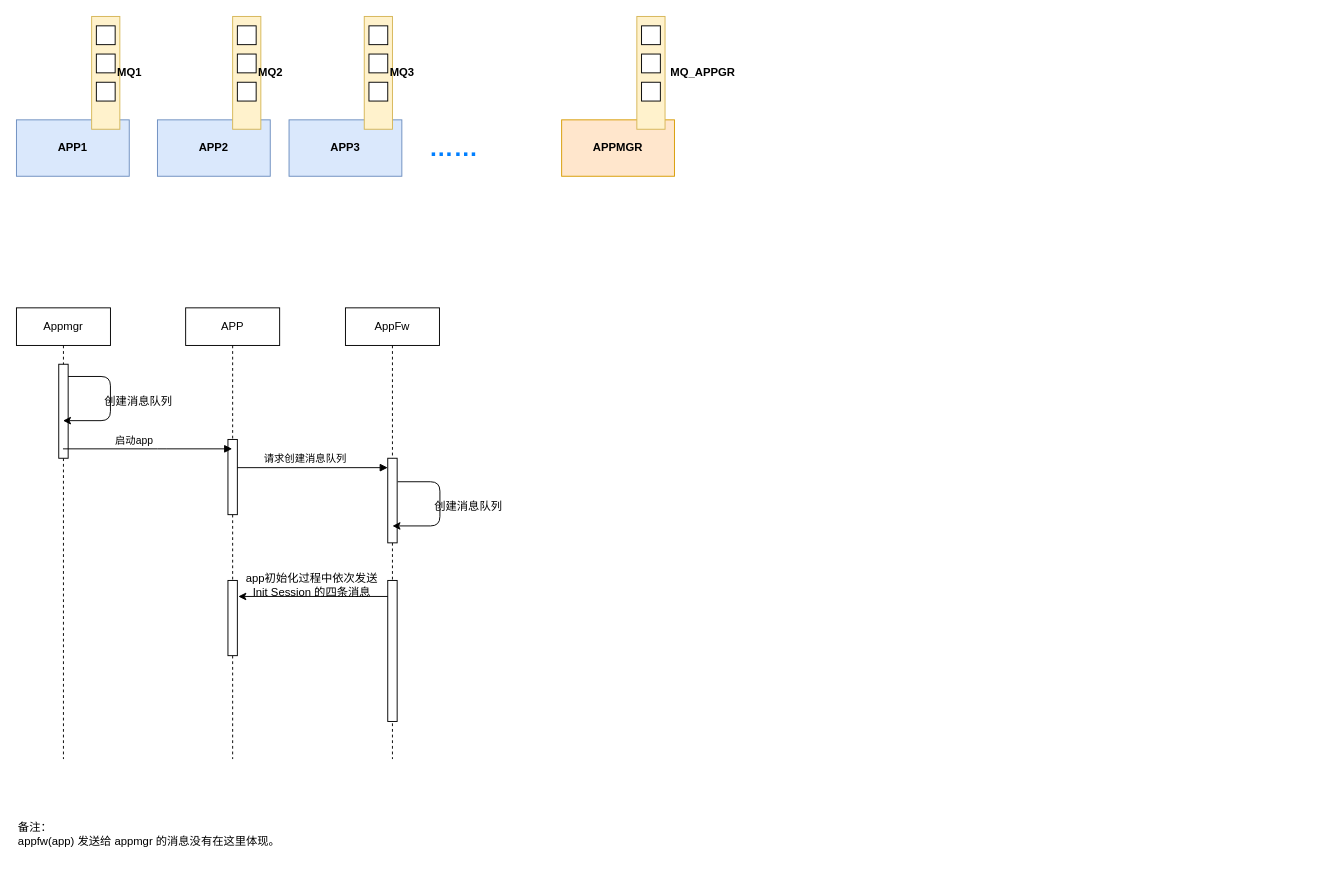
This is Appmgr消息机制.drawio from watercjr/Data-Center, a draw.io file, before an edit. Source tidied: cells renumbered, new cells numbered last; positions are measured from the earlier drawing's top-left corner, leaving out a move shared by most shapes. Both pictures are drawn from the tidied source at 94%, with x=0, y=0 at pixel (16, 16).
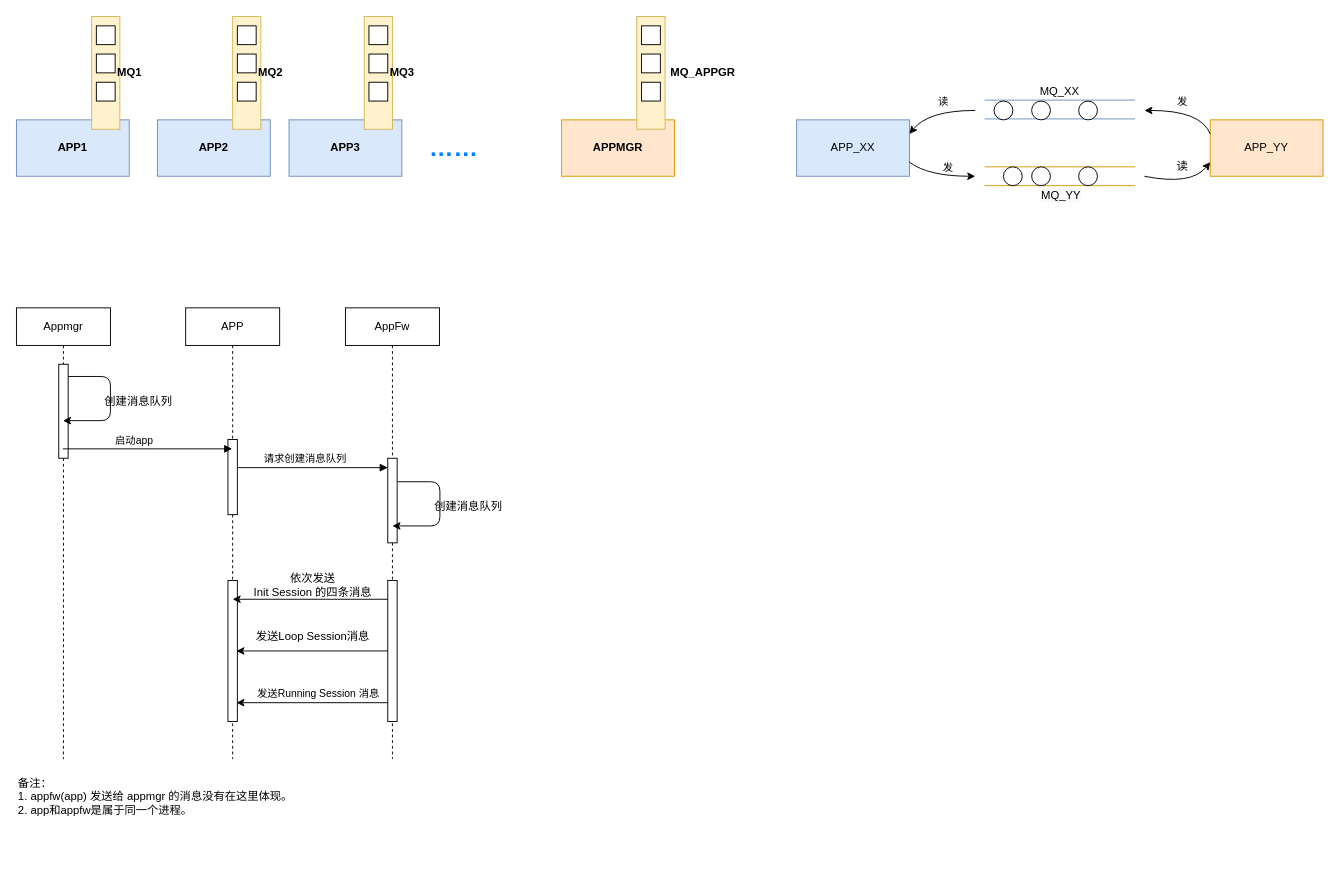
Above is the later version.

The change refers to these unchanged cells:
```xml
<mxCell id="27" value="APP" style="shape=umlLifeline;perimeter=lifelinePerimeter;whiteSpace=wrap;html=1;outlineConnect=0;" parent="1" vertex="1">
  <mxGeometry x="180" y="310" width="100" height="480" as="geometry" />
</mxCell>
<mxCell id="32" style="html=1;points=[];perimeter=orthogonalPerimeter;" parent="30" vertex="1">
  <mxGeometry x="45" y="290" width="10" height="150" as="geometry" />
</mxCell>
```

What changed in the source:
```diff
@@
     <mxCell id="29" style="html=1;points=[];perimeter=orthogonalPerimeter;" parent="27" vertex="1">
-      <mxGeometry x="45" y="290" width="10" height="80" as="geometry" />
+      <mxGeometry x="45" y="290" width="10" height="150" as="geometry" />
     </mxCell>
@@
-    <mxCell id="41" style="endArrow=classic;html=1;entryX=1.1;entryY=0.213;entryDx=0;entryDy=0;entryPerimeter=0;" parent="1" edge="1" source="32" target="29">
-      <mxGeometry relative="1" as="geometry" />
+    <mxCell id="41" style="endArrow=classic;html=1;" parent="1" edge="1" source="32">
+      <mxGeometry relative="1" as="geometry">
+        <mxPoint x="230" y="620" as="targetPoint" />
+        <Array as="points">
+          <mxPoint x="330" y="620" />
+        </Array>
+      </mxGeometry>
     </mxCell>
-    <mxCell id="42" value="app初始化过程中依次发送&lt;br&gt;&lt;span&gt;Init&lt;/span&gt;&lt;span&gt; Session&amp;nbsp;的四条消息&lt;br&gt;&lt;/span&gt;" style="text;html=1;align=center;verticalAlign=middle;strokeColor=none;" parent="1" vertex="1">
-      <mxGeometry x="234" y="590" width="160" height="30" as="geometry" />
+    <mxCell id="42" value="依次发送&lt;br&gt;&lt;span&gt;Init&lt;/span&gt;&lt;span&gt; Session&amp;nbsp;的四条消息&lt;br&gt;&lt;/span&gt;" style="text;html=1;align=center;verticalAlign=middle;strokeColor=none;" parent="1" vertex="1">
+      <mxGeometry x="245" y="590" width="140" height="30" as="geometry" />
     </mxCell>
-    <mxCell id="43" value="备注：&lt;br&gt;appfw(app) 发送给&amp;nbsp;appmgr 的消息没有在这里体现。" style="text;html=1;strokeColor=none;fillColor=none;align=left;verticalAlign=middle;whiteSpace=wrap;rounded=0;" parent="1" vertex="1">
-      <mxGeometry y="840" width="340" height="60" as="geometry" />
+    <mxCell id="43" value="备注：&lt;br&gt;1. appfw(app) 发送给&amp;nbsp;appmgr 的消息没有在这里体现。&lt;br&gt;2.&amp;nbsp;app和appfw是属于同一个进程。" style="text;html=1;strokeColor=none;fillColor=none;align=left;verticalAlign=middle;whiteSpace=wrap;rounded=0;" parent="1" vertex="1">
+      <mxGeometry y="800" width="340" height="60" as="geometry" />
     </mxCell>
+    <mxCell id="44" style="endArrow=classic;html=1;entryX=0.9;entryY=0.5;entryDx=0;entryDy=0;entryPerimeter=0;" parent="1" edge="1" source="32" target="29">
+      <mxGeometry relative="1" as="geometry" />
+    </mxCell>
+    <mxCell id="45" value="发送Loop&amp;nbsp;Session消息" style="text;html=1;align=center;verticalAlign=middle;strokeColor=none;" parent="1" vertex="1">
+      <mxGeometry x="245" y="650" width="140" height="20" as="geometry" />
+    </mxCell>
+    <mxCell id="46" style="endArrow=classic;html=1;entryX=0.9;entryY=0.867;entryDx=0;entryDy=0;entryPerimeter=0;" parent="1" edge="1" source="32" target="29">
+      <mxGeometry relative="1" as="geometry" />
+    </mxCell>
+    <mxCell id="47" value="&lt;span&gt;发送Running Session&amp;nbsp;消息&lt;/span&gt;" style="edgeLabel;html=1;align=center;verticalAlign=middle;" parent="46" vertex="1">
+      <mxGeometry x="-0.18" y="-1" relative="1" as="geometry">
+        <mxPoint x="-9" y="-9" as="offset" />
+      </mxGeometry>
+    </mxCell>
+    <mxCell id="48" value="APP_XX" style="rounded=0;whiteSpace=wrap;html=1;fillColor=#dae8fc;strokeColor=#6c8ebf;" parent="1" vertex="1">
+      <mxGeometry x="830" y="110" width="120" height="60" as="geometry" />
+    </mxCell>
+    <mxCell id="49" value="APP_YY" style="rounded=0;whiteSpace=wrap;html=1;fillColor=#ffe6cc;strokeColor=#d79b00;" parent="1" vertex="1">
+      <mxGeometry x="1270" y="110" width="120" height="60" as="geometry" />
+    </mxCell>
+    <mxCell id="50" style="endArrow=none;html=1;fillColor=#dae8fc;strokeColor=#6c8ebf;" parent="1" edge="1">
+      <mxGeometry relative="1" as="geometry">
+        <mxPoint x="1030" y="89" as="sourcePoint" />
+        <mxPoint x="1190" y="89" as="targetPoint" />
+      </mxGeometry>
+    </mxCell>
+    <mxCell id="51" style="endArrow=none;html=1;fillColor=#dae8fc;strokeColor=#6c8ebf;" parent="1" edge="1">
+      <mxGeometry relative="1" as="geometry">
+        <mxPoint x="1030" y="109" as="sourcePoint" />
+        <mxPoint x="1190" y="109" as="targetPoint" />
+      </mxGeometry>
+    </mxCell>
+    <mxCell id="52" style="endArrow=none;html=1;fillColor=#ffe6cc;strokeColor=#d79b00;" parent="1" edge="1">
+      <mxGeometry relative="1" as="geometry">
+        <mxPoint x="1030" y="160" as="sourcePoint" />
+        <mxPoint x="1190" y="160" as="targetPoint" />
+      </mxGeometry>
+    </mxCell>
+    <mxCell id="53" style="endArrow=none;html=1;fillColor=#ffe6cc;strokeColor=#d79b00;" parent="1" edge="1">
+      <mxGeometry relative="1" as="geometry">
+        <mxPoint x="1030" y="180" as="sourcePoint" />
+        <mxPoint x="1190" y="180" as="targetPoint" />
+      </mxGeometry>
+    </mxCell>
+    <mxCell id="54" value="&lt;span style=&quot;font-size: 12px ; background-color: rgb(248 , 249 , 250)&quot;&gt;MQ_YY&lt;/span&gt;" style="edgeLabel;html=1;align=center;verticalAlign=middle;" parent="53" vertex="1">
+      <mxGeometry x="0.17" y="3" relative="1" as="geometry">
+        <mxPoint x="-14" y="13" as="offset" />
+      </mxGeometry>
+    </mxCell>
+    <mxCell id="55" value="MQ_XX" style="text;html=1;strokeColor=none;fillColor=none;align=center;verticalAlign=middle;whiteSpace=wrap;rounded=0;" parent="1" vertex="1">
+      <mxGeometry x="1090" y="70" width="40" height="20" as="geometry" />
+    </mxCell>
+    <mxCell id="56" style="ellipse;whiteSpace=wrap;html=1;" parent="1" vertex="1">
+      <mxGeometry x="1040" y="90" width="20" height="20" as="geometry" />
+    </mxCell>
+    <mxCell id="57" style="ellipse;whiteSpace=wrap;html=1;" parent="1" vertex="1">
+      <mxGeometry x="1080" y="90" width="20" height="20" as="geometry" />
+    </mxCell>
+    <mxCell id="58" style="ellipse;whiteSpace=wrap;html=1;" parent="1" vertex="1">
+      <mxGeometry x="1130" y="90" width="20" height="20" as="geometry" />
+    </mxCell>
+    <mxCell id="59" style="ellipse;whiteSpace=wrap;html=1;" parent="1" vertex="1">
+      <mxGeometry x="1130" y="160" width="20" height="20" as="geometry" />
+    </mxCell>
+    <mxCell id="60" style="ellipse;whiteSpace=wrap;html=1;" parent="1" vertex="1">
+      <mxGeometry x="1080" y="160" width="20" height="20" as="geometry" />
+    </mxCell>
+    <mxCell id="61" style="ellipse;whiteSpace=wrap;html=1;" parent="1" vertex="1">
+      <mxGeometry x="1050" y="160" width="20" height="20" as="geometry" />
+    </mxCell>
+    <mxCell id="62" style="curved=1;endArrow=classic;html=1;entryX=1;entryY=0.25;entryDx=0;entryDy=0;" parent="1" edge="1" target="48">
+      <mxGeometry relative="1" as="geometry">
+        <mxPoint x="1020" y="100" as="sourcePoint" />
+        <Array as="points">
+          <mxPoint x="970" y="100" />
+        </Array>
+      </mxGeometry>
+    </mxCell>
+    <mxCell id="63" value="读" style="edgeLabel;html=1;align=center;verticalAlign=middle;" parent="62" vertex="1">
+      <mxGeometry x="-0.15" y="5" relative="1" as="geometry">
+        <mxPoint y="-15" as="offset" />
+      </mxGeometry>
+    </mxCell>
+    <mxCell id="64" style="curved=1;endArrow=classic;html=1;entryX=0;entryY=0.75;entryDx=0;entryDy=0;" parent="1" edge="1" target="49">
+      <mxGeometry relative="1" as="geometry">
+        <mxPoint x="1200" y="170" as="sourcePoint" />
+        <Array as="points">
+          <mxPoint x="1250" y="180" />
+        </Array>
+      </mxGeometry>
+    </mxCell>
+    <mxCell id="65" style="curved=1;endArrow=classic;html=1;exitX=1;exitY=0.75;exitDx=0;exitDy=0;" parent="1" edge="1" source="48">
+      <mxGeometry relative="1" as="geometry">
+        <mxPoint x="1020" y="170" as="targetPoint" />
+        <Array as="points">
+          <mxPoint x="970" y="170" />
+        </Array>
+      </mxGeometry>
+    </mxCell>
+    <mxCell id="66" value="发" style="edgeLabel;html=1;align=center;verticalAlign=middle;" parent="65" vertex="1">
+      <mxGeometry x="0.07" y="3" relative="1" as="geometry">
+        <mxPoint x="5" y="-7" as="offset" />
+      </mxGeometry>
+    </mxCell>
+    <mxCell id="67" style="curved=1;endArrow=classic;html=1;exitX=0;exitY=0.25;exitDx=0;exitDy=0;" parent="1" edge="1" source="49">
+      <mxGeometry relative="1" as="geometry">
+        <mxPoint x="1200" y="100" as="targetPoint" />
+        <Array as="points">
+          <mxPoint x="1260" y="100" />
+        </Array>
+      </mxGeometry>
+    </mxCell>
+    <mxCell id="68" value="发" style="edgeLabel;html=1;align=center;verticalAlign=middle;" parent="67" vertex="1">
+      <mxGeometry x="-0.01" y="6" relative="1" as="geometry">
+        <mxPoint x="-4" y="-16" as="offset" />
+      </mxGeometry>
+    </mxCell>
+    <mxCell id="69" value="读" style="text;html=1;align=center;verticalAlign=middle;strokeColor=none;" parent="1" vertex="1">
+      <mxGeometry x="1225" y="150" width="30" height="20" as="geometry" />
+    </mxCell>
```
